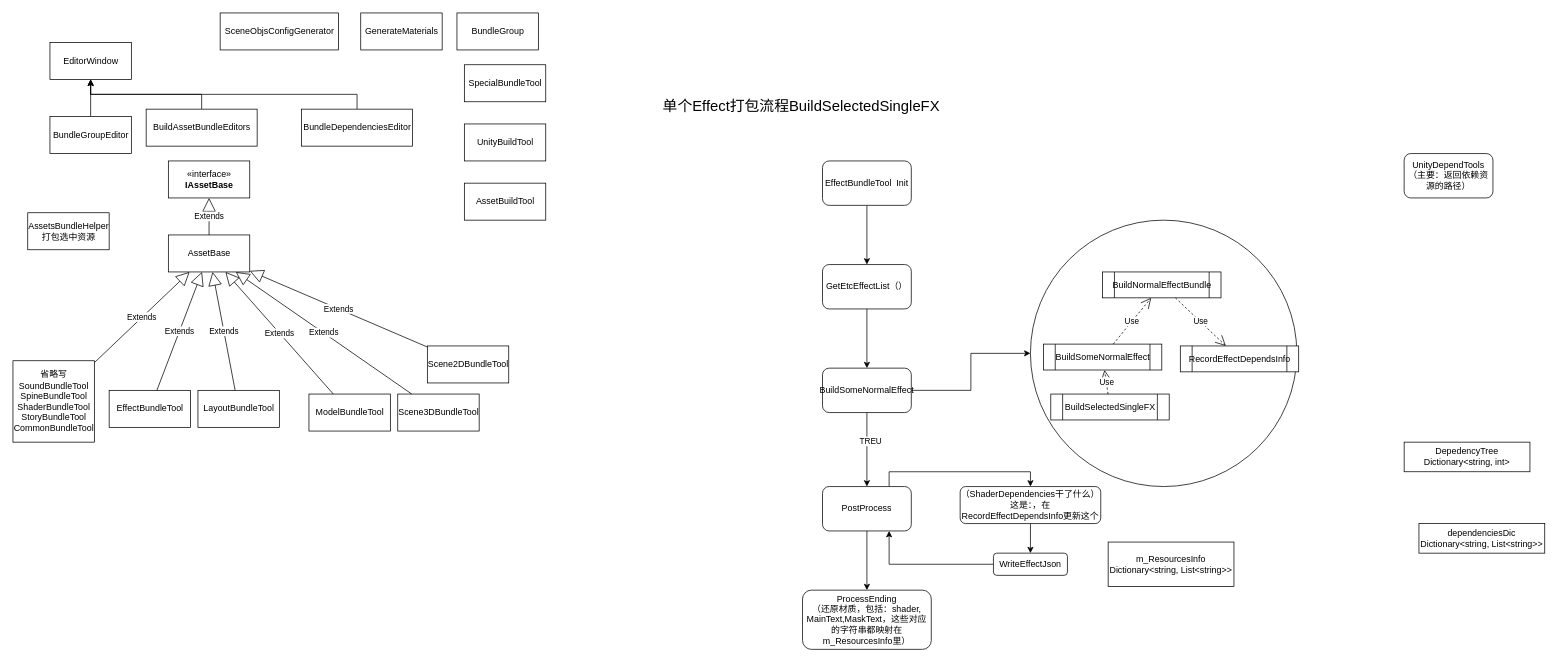
Above: PackingModel.drawio in gatzai/DrawioStorage (draw.io), before the change. Source tidied: cells renumbered, new cells numbered last; positions are measured from the earlier drawing's top-left corner, leaving out a move shared by most shapes. Both pictures are drawn from the tidied source at 74%, with x=0, y=0 at pixel (13, 13).
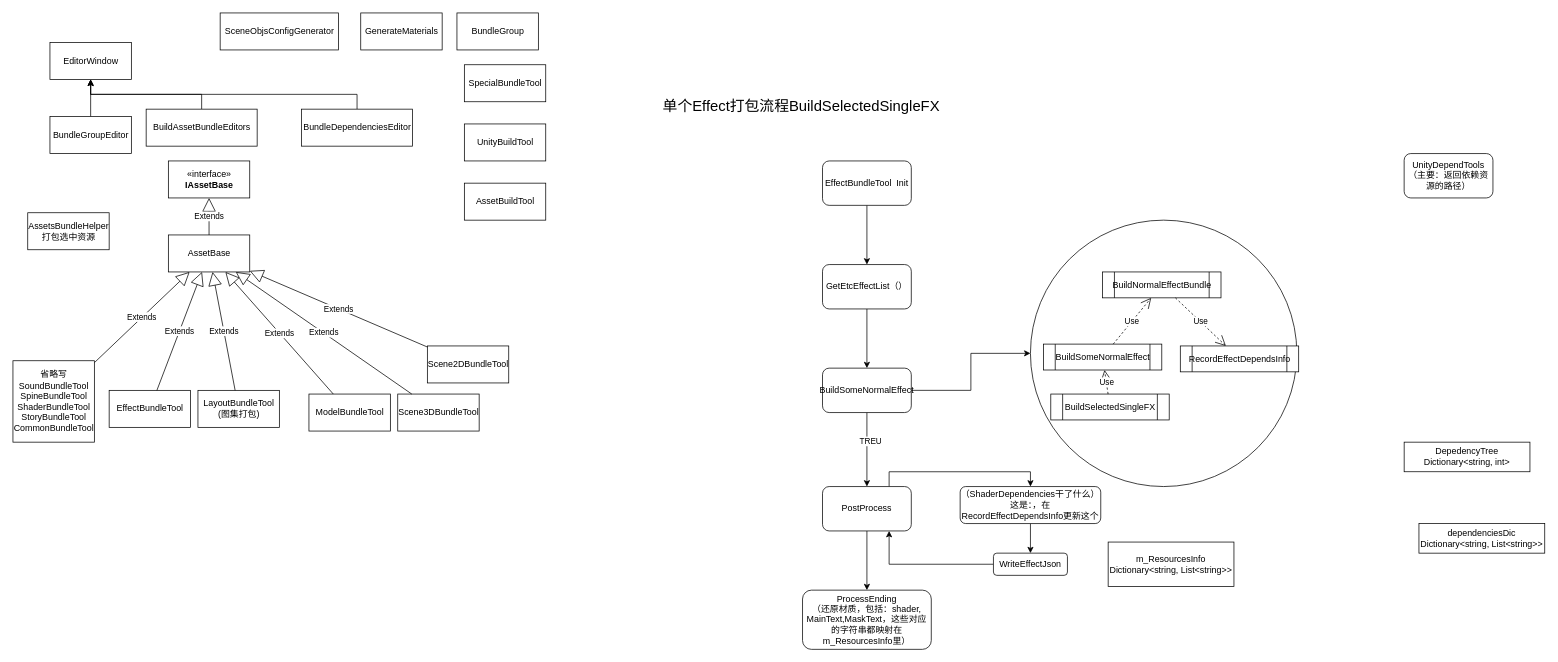
Above is the later version.

Diff of the diagram source:
```diff
@@
-    <mxCell id="27" value="LayoutBundleTool" style="html=1;" parent="1" vertex="1">
+    <mxCell id="27" value="LayoutBundleTool&lt;br&gt;(图集打包)" style="html=1;" parent="1" vertex="1">
       <mxGeometry x="250" y="510" width="110" height="50" as="geometry" />
     </mxCell>
```
